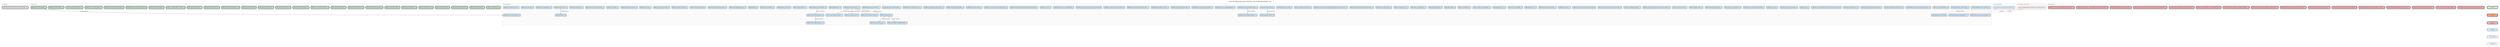
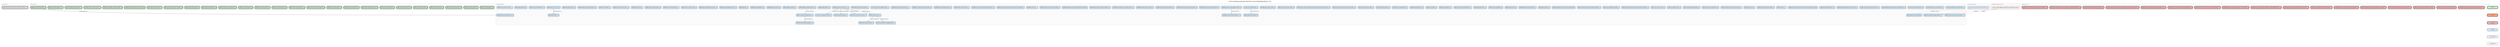
digraph backlog {
  rankdir=TB
  fontname="Helvetica"
  label="Active backlog graph generated from docs/method/backlog/*/*.md"
  labelloc=t
  fontsize=12
  node [shape=box style="rounded,filled" fontname="Helvetica" fontsize=8 margin="0.1,0.05" height=0.35]
  edge [color="#666666" arrowsize=0.5 fontname="Helvetica" fontsize=7]
  newrank=true
  ranksep=0.55
  nodesep=0.2

  subgraph cluster_up_next {
    label="up-next (1)" labeljust=l fontsize=9 fontcolor="#555555"
    style=rounded color="#cccccc" bgcolor="#fafafa"
    up_next_CORE_structural_history_schema_and_echo_migration [label="CORE-structural-history-schema-and-echo-migration - XL" fillcolor="#E5E7EB" penwidth=2]
  }

  subgraph cluster_v0_8_0 {
    label="v0.8.0 (26)" labeljust=l fontsize=9 fontcolor="#555555"
    style=rounded color="#cccccc" bgcolor="#fafafa"
    v0_8_0_CORE_c_structural_parsing [label="CORE-c-structural-parsing - M" fillcolor="#C8E6C9" penwidth=2]
    v0_8_0_CORE_cpp_structural_parsing [label="CORE-cpp-structural-parsing - L" fillcolor="#C8E6C9" penwidth=2]
    v0_8_0_CORE_csharp_structural_parsing [label="CORE-csharp-structural-parsing - M" fillcolor="#C8E6C9" penwidth=2]
    v0_8_0_CORE_go_structural_parsing [label="CORE-go-structural-parsing - S" fillcolor="#C8E6C9" penwidth=2]
    v0_8_0_CORE_hcl_structured_config [label="CORE-hcl-structured-config - M" fillcolor="#C8E6C9" penwidth=2]
    v0_8_0_CORE_java_structural_parsing [label="CORE-java-structural-parsing - M" fillcolor="#C8E6C9" penwidth=2]
    v0_8_0_CORE_json_structured_config [label="CORE-json-structured-config - S" fillcolor="#C8E6C9" penwidth=2]
    v0_8_0_CORE_jupyter_notebook_structure [label="CORE-jupyter-notebook-structure - M" fillcolor="#C8E6C9" penwidth=2]
    v0_8_0_CORE_kotlin_structural_parsing [label="CORE-kotlin-structural-parsing - M" fillcolor="#C8E6C9" penwidth=2]
    v0_8_0_CORE_php_structural_parsing [label="CORE-php-structural-parsing - M" fillcolor="#C8E6C9" penwidth=2]
    v0_8_0_CORE_pr_review_structural_summary [label="CORE-pr-review-structural-summary - M" fillcolor="#C8E6C9" penwidth=2]
    v0_8_0_CORE_python_structural_parsing [label="CORE-python-structural-parsing - S" fillcolor="#C8E6C9" penwidth=2]
    v0_8_0_CORE_ruby_structural_parsing [label="CORE-ruby-structural-parsing - M" fillcolor="#C8E6C9" penwidth=2]
    v0_8_0_CORE_shell_structural_parsing [label="CORE-shell-structural-parsing - M" fillcolor="#C8E6C9" penwidth=2]
    v0_8_0_CORE_sql_structural_parsing [label="CORE-sql-structural-parsing - M" fillcolor="#C8E6C9" penwidth=2]
    v0_8_0_CORE_structural_test_coverage_map [label="CORE-structural-test-coverage-map - M" fillcolor="#C8E6C9" penwidth=2]
    v0_8_0_CORE_swift_structural_parsing [label="CORE-swift-structural-parsing - M" fillcolor="#C8E6C9" penwidth=2]
    v0_8_0_CORE_toml_structured_config [label="CORE-toml-structured-config - S" fillcolor="#C8E6C9" penwidth=2]
    v0_8_0_CORE_tool_context_injection_contracts [label="CORE-tool-context-injection-contracts - M" fillcolor="#C8E6C9" penwidth=2]
    v0_8_0_CORE_yaml_structured_config [label="CORE-yaml-structured-config - M" fillcolor="#C8E6C9" penwidth=2]
    v0_8_0_SURFACE_git_graft_enhance_provenance_hints [label="SURFACE-git-graft-enhance-provenance-hints" fillcolor="#C8E6C9" penwidth=2]
    v0_8_0_SURFACE_pr_feedback_resolution_ledger [label="SURFACE-pr-feedback-resolution-ledger - M" fillcolor="#C8E6C9" penwidth=2]
    v0_8_0_SURFACE_review_cooldown_status [label="SURFACE-review-cooldown-status - S" fillcolor="#C8E6C9" penwidth=2]
    v0_8_0_TEST_bounded_subprocess_policy [label="TEST-bounded-subprocess-policy - S" fillcolor="#C8E6C9" penwidth=2]
    v0_8_0_WARP_dead_symbol_detection [label="WARP-dead-symbol-detection - S" fillcolor="#C8E6C9" penwidth=2]
    v0_8_0_WARP_symbol_history_timeline [label="WARP-symbol-history-timeline - S" fillcolor="#C8E6C9" penwidth=2]
  }

  subgraph cluster_bad_code {
-     label="bad-code (16)" labeljust=l fontsize=9 fontcolor="#555555"
+     label="bad-code (17)" labeljust=l fontsize=9 fontcolor="#555555"
    style=rounded color="#cccccc" bgcolor="#fafafa"
    bad_code_CLEAN_backlog_dag_unresolved_internal_dependencies [label="CLEAN-backlog-dag-unresolved-internal-dependencies - S" fillcolor="#F6B3B3" penwidth=2]
    bad_code_CLEAN_canonical_codec_seams_diverge [label="CLEAN-canonical-codec-seams-diverge - M" fillcolor="#F6B3B3" penwidth=2]
    bad_code_CLEAN_code_show_parser_runtime_not_ready [label="CLEAN-code-show-parser-runtime-not-ready - S" fillcolor="#F6B3B3" penwidth=2]
    bad_code_CLEAN_coderabbit_path_filters_skip_method_docs [label="CLEAN-coderabbit-path-filters-skip-method-docs - S" fillcolor="#F6B3B3" penwidth=2]
    bad_code_CLEAN_completed_backlog_card_retirement_is_manual [label="CLEAN-completed-backlog-card-retirement-is-manual - M" fillcolor="#F6B3B3" penwidth=2]
    bad_code_CLEAN_descriptor_checker_lacks_schema_validation [label="CLEAN-descriptor-checker-lacks-schema-validation - M" fillcolor="#F6B3B3" penwidth=2]
    bad_code_CLEAN_echo_witness_test_fixture_duplication [label="CLEAN-echo-witness-test-fixture-duplication - S" fillcolor="#F6B3B3" penwidth=2]
    bad_code_CLEAN_generated_svg_dag_diff_noise_obscures_review [label="CLEAN-generated-svg-dag-diff-noise-obscures-review - S" fillcolor="#F6B3B3" penwidth=2]
+     bad_code_CLEAN_library_sync_projection_test_fails_on_node_dep0205_stderr [label="CLEAN-library-sync-projection-test-fails-on-node-dep0205-stderr - S" fillcolor="#F6B3B3" penwidth=2]
    bad_code_CLEAN_method_close_timeout_produces_no_retro_artifact [label="CLEAN-method-close-timeout-produces-no-retro-artifact - M" fillcolor="#F6B3B3" penwidth=2]
    bad_code_CLEAN_method_retro_witness_can_overstate_validation [label="CLEAN-method-retro-witness-can-overstate-validation - M" fillcolor="#F6B3B3" penwidth=2]
    bad_code_CLEAN_pr_review_comments_not_actionability_typed [label="CLEAN-pr-review-comments-not-actionability-typed - M" fillcolor="#F6B3B3" penwidth=2]
    bad_code_CLEAN_receipt_cumulative_bytes_avoided_stays_zero [label="CLEAN-receipt-cumulative-bytes-avoided-stays-zero - S" fillcolor="#F6B3B3" penwidth=2]
    bad_code_CLEAN_remaining_structural_warp_reads_bypass_structural_reading_port [label="CLEAN-remaining-structural-warp-reads-bypass-structural-reading-port - M" fillcolor="#F6B3B3" penwidth=2]
    bad_code_CLEAN_sha256_stable_id_helper_duplication [label="CLEAN-sha256-stable-id-helper-duplication - S" fillcolor="#F6B3B3" penwidth=2]
    bad_code_CLEAN_technical_teardown_contract_ledger_can_stale_without_tests [label="CLEAN-technical-teardown-contract-ledger-can-stale-without-tests - M" fillcolor="#F6B3B3" penwidth=2]
    bad_code_WARP_bijou_local_history_stale_after_branch_transition [label="WARP-bijou-local-history-stale-after-branch-transition - M" fillcolor="#F6B3B3" penwidth=2]
  }

  subgraph cluster_cool_ideas {
    label="Cool Ideas (91)" labeljust=l fontsize=9 fontcolor="#555555"
    style=rounded color="#cccccc" bgcolor="#fafafa"
    cool_ideas_bounded_neighborhood_for_references [label="bounded-neighborhood-for-references - S" fillcolor="#D4E8F7" penwidth=1]
    cool_ideas_CI_001_causal_collapse_visualizer [label="CI-001-causal-collapse-visualizer - L" fillcolor="#D4E8F7" penwidth=1]
    cool_ideas_CI_002_deterministic_scenario_replay [label="CI-002-deterministic-scenario-replay - L" fillcolor="#D4E8F7" penwidth=1]
    cool_ideas_CI_003_mcp_native_diff_protocol [label="CI-003-mcp-native-diff-protocol - M" fillcolor="#D4E8F7" penwidth=1]
    cool_ideas_CLEAN_CODE_parallel_agent_merge_shared_file_loss [label="CLEAN-CODE-parallel-agent-merge-shared-file-loss - M" fillcolor="#D4E8F7" penwidth=1]
    cool_ideas_CLEAN_contract_ledger_schema_and_lint [label="CLEAN-contract-ledger-schema-and-lint - M" fillcolor="#D4E8F7" penwidth=1]
    cool_ideas_CLEAN_generated_artifact_review_boundary [label="CLEAN-generated-artifact-review-boundary - S" fillcolor="#D4E8F7" penwidth=1]
    cool_ideas_CORE_agent_handoff_protocol [label="CORE-agent-handoff-protocol - M" fillcolor="#D4E8F7" penwidth=1]
    cool_ideas_CORE_align_structural_evidence_with_continuum_evidence_posture [label="CORE-align-structural-evidence-with-continuum-evidence-posture" fillcolor="#D4E8F7" penwidth=1]
    cool_ideas_CORE_auto_focus [label="CORE-auto-focus - L" fillcolor="#D4E8F7" penwidth=1]
    cool_ideas_CORE_backlog_retirement_assistant [label="CORE-backlog-retirement-assistant - M" fillcolor="#D4E8F7" penwidth=1]
    cool_ideas_CORE_capture_range [label="CORE-capture-range - S" fillcolor="#D4E8F7" penwidth=1]
    cool_ideas_CORE_code_lawyer_local_pr_audit_command [label="CORE-code-lawyer-local-pr-audit-command - L" fillcolor="#D4E8F7" penwidth=1]
    cool_ideas_CORE_constructor_in_disguise_lint [label="CORE-constructor-in-disguise-lint - M" fillcolor="#D4E8F7" penwidth=1]
    cool_ideas_CORE_context_budget_forecasting [label="CORE-context-budget-forecasting - M" fillcolor="#D4E8F7" penwidth=1]
    cool_ideas_CORE_conversation_primer [label="CORE-conversation-primer - M" fillcolor="#D4E8F7" penwidth=1]
    cool_ideas_CORE_cross_session_resume [label="CORE-cross-session-resume - S" fillcolor="#D4E8F7" penwidth=1]
    cool_ideas_CORE_descriptor_package_registry_for_structural_contracts [label="CORE-descriptor-package-registry-for-structural-contracts - M" fillcolor="#D4E8F7" penwidth=1]
    cool_ideas_CORE_echo_capability_gap_ledger [label="CORE-echo-capability-gap-ledger - S" fillcolor="#D4E8F7" penwidth=1]
    cool_ideas_CORE_echo_descriptor_to_fake_witness_generator [label="CORE-echo-descriptor-to-fake-witness-generator - M" fillcolor="#D4E8F7" penwidth=1]
    cool_ideas_CORE_generated_model_reverse_id_content_binding [label="CORE-generated-model-reverse-id-content-binding" fillcolor="#D4E8F7" penwidth=1]
    cool_ideas_CORE_graft_as_teacher [label="CORE-graft-as-teacher - S" fillcolor="#D4E8F7" penwidth=1]
    cool_ideas_CORE_graft_teach_learning_receipts [label="CORE-graft-teach-learning-receipts - S" fillcolor="#D4E8F7" penwidth=1]
    cool_ideas_CORE_graft_tool_client [label="CORE-graft-tool-client - M" fillcolor="#D4E8F7" penwidth=1]
    cool_ideas_CORE_horizon_of_readability [label="CORE-horizon-of-readability - M" fillcolor="#D4E8F7" penwidth=1]
    cool_ideas_CORE_lagrangian_policy [label="CORE-lagrangian-policy - XL" fillcolor="#D4E8F7" penwidth=1]
    cool_ideas_CORE_migrate_to_slice_first_reads [label="CORE-migrate-to-slice-first-reads" fillcolor="#D4E8F7" penwidth=1]
    cool_ideas_CORE_multi_agent_conflict_detection [label="CORE-multi-agent-conflict-detection - L" fillcolor="#D4E8F7" penwidth=1]
    cool_ideas_CORE_policy_playground [label="CORE-policy-playground - S" fillcolor="#D4E8F7" penwidth=1]
    cool_ideas_CORE_policy_profiles [label="CORE-policy-profiles - M" fillcolor="#D4E8F7" penwidth=1]
    cool_ideas_CORE_self_tuning_governor [label="CORE-self-tuning-governor - M" fillcolor="#D4E8F7" penwidth=1]
    cool_ideas_CORE_session_knowledge_map [label="CORE-session-knowledge-map - S" fillcolor="#D4E8F7" penwidth=1]
    cool_ideas_CORE_speculative_read_cost [label="CORE-speculative-read-cost - S" fillcolor="#D4E8F7" penwidth=1]
    cool_ideas_CORE_structural_session_replay [label="CORE-structural-session-replay - M" fillcolor="#D4E8F7" penwidth=1]
    cool_ideas_CORE_weslaw_semantic_law_for_structural_history [label="CORE-weslaw-semantic-law-for-structural-history - M" fillcolor="#D4E8F7" penwidth=1]
    cool_ideas_CORE_wesley_codec_and_observer_plan_generation_for_structural_history [label="CORE-wesley-codec-and-observer-plan-generation-for-structural-history - M" fillcolor="#D4E8F7" penwidth=1]
    cool_ideas_CORE_wire_primitives_into_runtime [label="CORE-wire-primitives-into-runtime - M" fillcolor="#D4E8F7" penwidth=1]
    cool_ideas_METHOD_retro_recovery_mode [label="METHOD-retro-recovery-mode - M" fillcolor="#D4E8F7" penwidth=1]
    cool_ideas_monitor_tick_ceiling_tracking [label="monitor-tick-ceiling-tracking - S" fillcolor="#D4E8F7" penwidth=1]
    cool_ideas_SURFACE_active_causal_workspace_status [label="SURFACE-active-causal-workspace-status - M" fillcolor="#D4E8F7" penwidth=1]
    cool_ideas_SURFACE_asap_queue_health_dashboard [label="SURFACE-asap-queue-health-dashboard - M" fillcolor="#D4E8F7" penwidth=1]
    cool_ideas_SURFACE_attach_to_existing_causal_session [label="SURFACE-attach-to-existing-causal-session - M" fillcolor="#D4E8F7" penwidth=1]
    cool_ideas_SURFACE_backlog_card_lifecycle_linter [label="SURFACE-backlog-card-lifecycle-linter - M" fillcolor="#D4E8F7" penwidth=1]
    cool_ideas_SURFACE_backlog_sitrep_command [label="SURFACE-backlog-sitrep-command - M" fillcolor="#D4E8F7" penwidth=1]
    cool_ideas_SURFACE_bijou_daemon_control_plane_actions [label="SURFACE-bijou-daemon-control-plane-actions - L" fillcolor="#D4E8F7" penwidth=1]
    cool_ideas_SURFACE_bijou_daemon_status_live_refresh [label="SURFACE-bijou-daemon-status-live-refresh - M" fillcolor="#D4E8F7" penwidth=1]
    cool_ideas_SURFACE_git_graft_enhance_expanded_git_subcommands [label="SURFACE-git-graft-enhance-expanded-git-subcommands" fillcolor="#D4E8F7" penwidth=1]
    cool_ideas_SURFACE_graft_review_pr_number_adapter [label="SURFACE-graft-review-pr-number-adapter - M" fillcolor="#D4E8F7" penwidth=1]
    cool_ideas_SURFACE_ide_native_graft_integration [label="SURFACE-ide-native-graft-integration - XL" fillcolor="#D4E8F7" penwidth=1]
    cool_ideas_SURFACE_init_dry_run [label="SURFACE-init-dry-run - S" fillcolor="#D4E8F7" penwidth=1]
    cool_ideas_SURFACE_local_history_dag_render_mode_and_count_legend [label="SURFACE-local-history-dag-render-mode-and-count-legend - S" fillcolor="#D4E8F7" penwidth=1]
    cool_ideas_SURFACE_non_codex_instruction_bootstrap_parity [label="SURFACE-non-codex-instruction-bootstrap-parity - M" fillcolor="#D4E8F7" penwidth=1]
    cool_ideas_SURFACE_offer_rename_refactor [label="SURFACE-offer-rename-refactor - L" fillcolor="#D4E8F7" penwidth=1]
    cool_ideas_SURFACE_opened_workspace_paths [label="SURFACE-opened-workspace-paths - M" fillcolor="#D4E8F7" penwidth=1]
    cool_ideas_SURFACE_pr_merge_gate_sitrep_command [label="SURFACE-pr-merge-gate-sitrep-command - M" fillcolor="#D4E8F7" penwidth=1]
    cool_ideas_SURFACE_terminal_activity_browser_tui [label="SURFACE-terminal-activity-browser-tui - L" fillcolor="#D4E8F7" penwidth=1]
    cool_ideas_traverse_plus_query_hydration_helper [label="traverse-plus-query-hydration-helper - S" fillcolor="#D4E8F7" penwidth=1]
    cool_ideas_WARP_adaptive_projection_selection [label="WARP-adaptive-projection-selection - L" fillcolor="#D4E8F7" penwidth=1]
    cool_ideas_WARP_agent_action_provenance [label="WARP-agent-action-provenance - XL" fillcolor="#D4E8F7" penwidth=1]
    cool_ideas_WARP_auto_breaking_change_detection [label="WARP-auto-breaking-change-detection - L" fillcolor="#D4E8F7" penwidth=1]
    cool_ideas_WARP_background_indexing [label="WARP-background-indexing - M" fillcolor="#D4E8F7" penwidth=1]
    cool_ideas_WARP_budget_elasticity [label="WARP-budget-elasticity - M" fillcolor="#D4E8F7" penwidth=1]
    cool_ideas_WARP_causal_blame_for_staged_artifacts [label="WARP-causal-blame-for-staged-artifacts - L" fillcolor="#D4E8F7" penwidth=1]
    cool_ideas_WARP_causal_write_tracking [label="WARP-causal-write-tracking - L" fillcolor="#D4E8F7" penwidth=1]
    cool_ideas_WARP_codebase_entropy_trajectory [label="WARP-codebase-entropy-trajectory - M" fillcolor="#D4E8F7" penwidth=1]
    cool_ideas_WARP_codebase_signature [label="WARP-codebase-signature - L" fillcolor="#D4E8F7" penwidth=1]
    cool_ideas_WARP_counterfactual_refactoring [label="WARP-counterfactual-refactoring - XL" fillcolor="#D4E8F7" penwidth=1]
    cool_ideas_WARP_degeneracy_warning [label="WARP-degeneracy-warning - M" fillcolor="#D4E8F7" penwidth=1]
    cool_ideas_WARP_drift_sentinel [label="WARP-drift-sentinel - M" fillcolor="#D4E8F7" penwidth=1]
    cool_ideas_WARP_footprint_parallelism [label="WARP-footprint-parallelism - XL" fillcolor="#D4E8F7" penwidth=1]
    cool_ideas_WARP_graft_pack [label="WARP-graft-pack - M" fillcolor="#D4E8F7" penwidth=1]
    cool_ideas_WARP_grouped_aggregate_queries [label="WARP-grouped-aggregate-queries - M" fillcolor="#D4E8F7" penwidth=1]
    cool_ideas_WARP_intent_and_decision_events [label="WARP-intent-and-decision-events - M" fillcolor="#D4E8F7" penwidth=1]
    cool_ideas_WARP_intentional_degeneracy_privacy [label="WARP-intentional-degeneracy-privacy - M" fillcolor="#D4E8F7" penwidth=1]
    cool_ideas_WARP_minimum_viable_context [label="WARP-minimum-viable-context - M" fillcolor="#D4E8F7" penwidth=1]
    cool_ideas_WARP_outline_diff_commit_trailer [label="WARP-outline-diff-commit-trailer - S" fillcolor="#D4E8F7" penwidth=1]
    cool_ideas_WARP_projection_safety_classes [label="WARP-projection-safety-classes - M" fillcolor="#D4E8F7" penwidth=1]
    cool_ideas_WARP_provenance_dag [label="WARP-provenance-dag - L" fillcolor="#D4E8F7" penwidth=1]
    cool_ideas_WARP_reasoning_trace_replay [label="WARP-reasoning-trace-replay - M" fillcolor="#D4E8F7" penwidth=1]
    cool_ideas_WARP_rulial_heat_map [label="WARP-rulial-heat-map - L" fillcolor="#D4E8F7" penwidth=1]
    cool_ideas_WARP_semantic_drift_in_sessions [label="WARP-semantic-drift-in-sessions - M" fillcolor="#D4E8F7" penwidth=1]
    cool_ideas_WARP_semantic_merge_conflict_prediction [label="WARP-semantic-merge-conflict-prediction - L" fillcolor="#D4E8F7" penwidth=1]
    cool_ideas_WARP_session_filtration [label="WARP-session-filtration - L" fillcolor="#D4E8F7" penwidth=1]
    cool_ideas_WARP_shadow_structural_workspaces [label="WARP-shadow-structural-workspaces - XL" fillcolor="#D4E8F7" penwidth=1]
    cool_ideas_WARP_speculative_merge [label="WARP-speculative-merge - XL" fillcolor="#D4E8F7" penwidth=1]
    cool_ideas_WARP_stale_docs_checker [label="WARP-stale-docs-checker - M" fillcolor="#D4E8F7" penwidth=1]
    cool_ideas_WARP_structural_drift_detection [label="WARP-structural-drift-detection - M" fillcolor="#D4E8F7" penwidth=1]
    cool_ideas_WARP_structural_impact_prediction [label="WARP-structural-impact-prediction - XL" fillcolor="#D4E8F7" penwidth=1]
    cool_ideas_WARP_symbol_heatmap [label="WARP-symbol-heatmap - M" fillcolor="#D4E8F7" penwidth=1]
    cool_ideas_WARP_technical_debt_curvature [label="WARP-technical-debt-curvature - L" fillcolor="#D4E8F7" penwidth=1]
    cool_ideas_WARP_temporal_structural_search [label="WARP-temporal-structural-search - M" fillcolor="#D4E8F7" penwidth=1]
  }

  subgraph cluster_external {
    label="External blockers" labeljust=l fontsize=9 fontcolor="#555555"
    style=rounded color="#cccccc" bgcolor="#f8fbff"
    external_git_warp_observer_geometry_ladder__Rung_2_4_ [label="git-warp observer geometry ladder (Rung 2-4)" fillcolor="#E8F2FF" penwidth=1]
  }

  subgraph cluster_unresolved {
    label="Unresolved internal refs" labeljust=l fontsize=9 fontcolor="#555555"
    style="rounded,dashed" color="#cc3333" bgcolor="#fff7f7"
    unresolved_CLEAN_CODE_export_diff_semver_signature_as_patch [label="missing: CLEAN_CODE_export-diff-semver-signature-as-patch" fillcolor="#F2F2F2" penwidth=1 style="rounded,dashed,filled"]
  }

  cool_ideas_monitor_tick_ceiling_tracking -> cool_ideas_WARP_background_indexing [label="blocked_by/blocking"]
  cool_ideas_SURFACE_active_causal_workspace_status -> cool_ideas_SURFACE_ide_native_graft_integration [label="blocked_by/blocking"]
  cool_ideas_WARP_agent_action_provenance -> cool_ideas_CI_001_causal_collapse_visualizer [label="blocked_by/blocking"]
  cool_ideas_WARP_agent_action_provenance -> cool_ideas_WARP_causal_write_tracking [label="blocked_by/blocking"]
  cool_ideas_WARP_agent_action_provenance -> cool_ideas_WARP_intent_and_decision_events [label="blocked_by/blocking"]
  cool_ideas_WARP_agent_action_provenance -> cool_ideas_WARP_provenance_dag [label="blocked_by/blocking"]
  cool_ideas_WARP_codebase_entropy_trajectory -> cool_ideas_WARP_counterfactual_refactoring [label="blocked_by/blocking"]
  cool_ideas_WARP_counterfactual_refactoring -> cool_ideas_WARP_structural_impact_prediction [label="blocked_by/blocking"]
  cool_ideas_WARP_provenance_dag -> cool_ideas_WARP_causal_blame_for_staged_artifacts [label="blocked_by/blocking"]
  cool_ideas_WARP_provenance_dag -> cool_ideas_WARP_reasoning_trace_replay [label="blocked_by/blocking"]
  cool_ideas_WARP_stale_docs_checker -> cool_ideas_WARP_drift_sentinel [label="blocked_by/blocking"]
  external_git_warp_observer_geometry_ladder__Rung_2_4_ -> cool_ideas_CORE_migrate_to_slice_first_reads [label="blocked_by_external" style=dashed color="#4477AA"]
  unresolved_CLEAN_CODE_export_diff_semver_signature_as_patch -> cool_ideas_WARP_auto_breaking_change_detection [label="blocked_by" style=dashed color="#CC3333"]
  unresolved_CLEAN_CODE_export_diff_semver_signature_as_patch -> cool_ideas_WARP_semantic_merge_conflict_prediction [label="blocked_by" style=dashed color="#CC3333"]
  v0_8_0_WARP_symbol_history_timeline -> cool_ideas_WARP_temporal_structural_search [label="blocked_by/blocking"]

  subgraph cluster_legend {
    label="Legend" labeljust=l fontsize=8 fontcolor="#aaaaaa"
    style=rounded color="#dddddd"
    node [fontsize=7 width=1.4]
    leg_v08 [label="v0.8.0" fillcolor="#C8E6C9" penwidth=2]
    leg_v07 [label="v0.7.0" fillcolor="#FFA07A" penwidth=2]
    leg_bad [label="bad-code" fillcolor="#F6B3B3" penwidth=2]
    leg_idea [label="cool-ideas" fillcolor="#D4E8F7" penwidth=1]
    leg_external [label="external blocker" fillcolor="#E8F2FF" penwidth=1]
    leg_unresolved [label="unresolved ref" fillcolor="#F2F2F2" penwidth=1 style="rounded,dashed,filled"]
    leg_v08 -> leg_v07 [style=invis]
    leg_v07 -> leg_bad [style=invis]
    leg_bad -> leg_idea [style=invis]
    leg_idea -> leg_external [style=invis]
    leg_external -> leg_unresolved [style=invis]
  }
}
